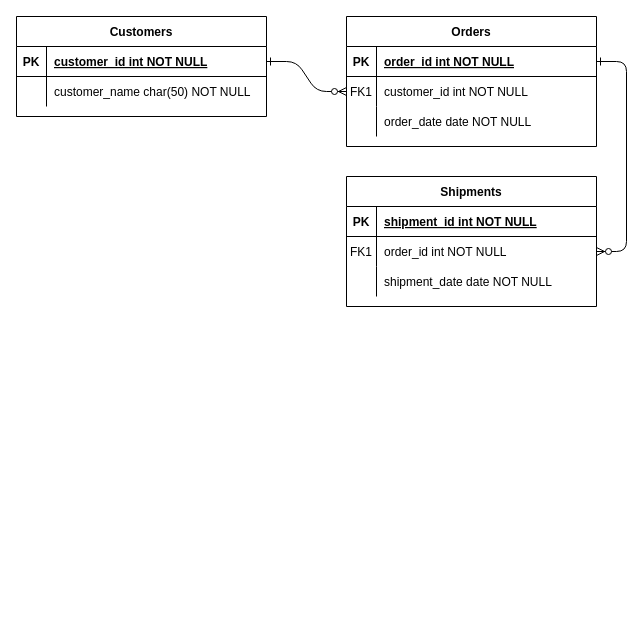
The draw.io diagram db_scheme.drawio in vedrent/dormitory-web, before the edit. Source tidied: cells renumbered, new cells numbered last; positions are measured from the earlier drawing's top-left corner, leaving out a move shared by most shapes. Both pictures are drawn from the tidied source at 100%, with x=0, y=0 at pixel (16, 16).
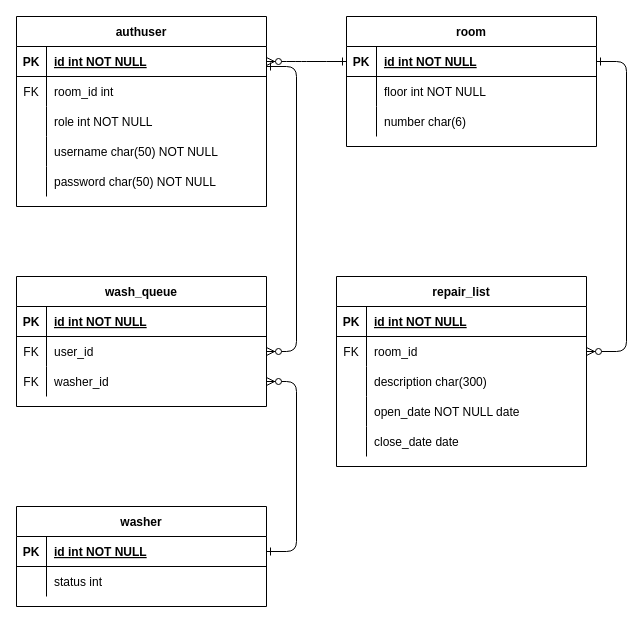
The same diagram, later.

The change refers to these unchanged cells:
```xml
<mxCell id="5" style="shape=partialRectangle;fillColor=none;points=[[0,0.5],[1,0.5]];portConstraint=eastwest;top=0;left=0;right=0;bottom=1;" parent="4" vertex="1">
  <mxGeometry y="30" width="250" height="30" as="geometry" />
</mxCell>
<mxCell id="25" style="shape=partialRectangle;fillColor=none;points=[[0,0.5],[1,0.5]];portConstraint=eastwest;top=0;left=0;right=0;bottom=1;" parent="24" vertex="1">
  <mxGeometry y="30" width="250" height="30" as="geometry" />
</mxCell>
```

Diff of the diagram source:
```diff
@@
-    <mxCell id="2" style="edgeStyle=entityRelationEdgeStyle;endArrow=ERzeroToMany;startArrow=ERone;endFill=1;startFill=0;" parent="1" edge="1" source="25" target="8">
-      <mxGeometry relative="1" as="geometry" />
-    </mxCell>
-    <mxCell id="3" style="edgeStyle=entityRelationEdgeStyle;endArrow=ERzeroToMany;startArrow=ERone;endFill=1;startFill=0;" parent="1" edge="1" source="5" target="18">
-      <mxGeometry relative="1" as="geometry" />
-    </mxCell>
-    <mxCell id="4" value="Orders" style="shape=table;startSize=30;childLayout=tableLayout;rowLines=0;fontStyle=1;align=center;" parent="1" vertex="1">
+    <mxCell id="4" value="room" style="shape=table;startSize=30;childLayout=tableLayout;rowLines=0;fontStyle=1;align=center;" parent="1" vertex="1">
       <mxGeometry x="330" width="250" height="130" as="geometry" />
     </mxCell>
@@
-    <mxCell id="7" value="order_id int NOT NULL " style="shape=partialRectangle;overflow=hidden;fillColor=none;top=0;left=0;bottom=0;right=0;align=left;spacingLeft=6;fontStyle=5;" parent="5" vertex="1">
+    <mxCell id="7" value="id int NOT NULL " style="shape=partialRectangle;overflow=hidden;fillColor=none;top=0;left=0;bottom=0;right=0;align=left;spacingLeft=6;fontStyle=5;" parent="5" vertex="1">
       <mxGeometry x="30" width="220" height="30" as="geometry" />
     </mxCell>
+    <mxCell id="11" style="shape=partialRectangle;fillColor=none;top=0;left=0;right=0;bottom=0;" parent="4" vertex="1">
+      <mxGeometry y="60" width="250" height="30" as="geometry" />
+    </mxCell>
+    <mxCell id="12" style="shape=partialRectangle;overflow=hidden;fillColor=none;top=0;left=0;bottom=0;right=0;" parent="11" vertex="1">
+      <mxGeometry width="30" height="30" as="geometry" />
+    </mxCell>
+    <mxCell id="13" value="floor int NOT NULL" style="shape=partialRectangle;overflow=hidden;fillColor=none;top=0;left=0;bottom=0;right=0;align=left;spacingLeft=6;" parent="11" vertex="1">
+      <mxGeometry x="30" width="220" height="30" as="geometry" />
+    </mxCell>
     <mxCell id="8" style="shape=partialRectangle;fillColor=none;points=[[0,0.5],[1,0.5]];portConstraint=eastwest;top=0;left=0;right=0;bottom=0;" parent="4" vertex="1">
-      <mxGeometry y="60" width="250" height="30" as="geometry" />
+      <mxGeometry y="90" width="250" height="30" as="geometry" />
     </mxCell>
-    <mxCell id="9" value="FK1" style="shape=partialRectangle;overflow=hidden;fillColor=none;top=0;left=0;bottom=0;right=0;" parent="8" vertex="1">
+    <mxCell id="9" style="shape=partialRectangle;overflow=hidden;fillColor=none;top=0;left=0;bottom=0;right=0;" parent="8" vertex="1">
       <mxGeometry width="30" height="30" as="geometry" />
     </mxCell>
-    <mxCell id="10" value="customer_id int NOT NULL" style="shape=partialRectangle;overflow=hidden;fillColor=none;top=0;left=0;bottom=0;right=0;align=left;spacingLeft=6;" parent="8" vertex="1">
+    <mxCell id="10" value="number char(6)" style="shape=partialRectangle;overflow=hidden;fillColor=none;top=0;left=0;bottom=0;right=0;align=left;spacingLeft=6;" parent="8" vertex="1">
       <mxGeometry x="30" width="220" height="30" as="geometry" />
     </mxCell>
-    <mxCell id="11" style="shape=partialRectangle;fillColor=none;top=0;left=0;right=0;bottom=0;" parent="4" vertex="1">
-      <mxGeometry y="90" width="250" height="30" as="geometry" />
-    </mxCell>
-    <mxCell id="12" style="shape=partialRectangle;overflow=hidden;fillColor=none;top=0;left=0;bottom=0;right=0;" parent="11" vertex="1">
-      <mxGeometry width="30" height="30" as="geometry" />
-    </mxCell>
-    <mxCell id="13" value="order_date date NOT NULL" style="shape=partialRectangle;overflow=hidden;fillColor=none;top=0;left=0;bottom=0;right=0;align=left;spacingLeft=6;" parent="11" vertex="1">
-      <mxGeometry x="30" width="220" height="30" as="geometry" />
-    </mxCell>
-    <mxCell id="14" value="Shipments" style="shape=table;startSize=30;childLayout=tableLayout;rowLines=0;fontStyle=1;align=center;" parent="1" vertex="1">
-      <mxGeometry x="330" y="160" width="250" height="130" as="geometry" />
-    </mxCell>
-    <mxCell id="15" style="shape=partialRectangle;fillColor=none;top=0;left=0;right=0;bottom=1;" parent="14" vertex="1">
-      <mxGeometry y="30" width="250" height="30" as="geometry" />
-    </mxCell>
-    <mxCell id="16" value="PK" style="shape=partialRectangle;overflow=hidden;fillColor=none;top=0;left=0;bottom=0;right=0;fontStyle=1;" parent="15" vertex="1">
-      <mxGeometry width="30" height="30" as="geometry" />
-    </mxCell>
-    <mxCell id="17" value="shipment_id int NOT NULL " style="shape=partialRectangle;overflow=hidden;fillColor=none;top=0;left=0;bottom=0;right=0;align=left;spacingLeft=6;fontStyle=5;" parent="15" vertex="1">
-      <mxGeometry x="30" width="220" height="30" as="geometry" />
-    </mxCell>
-    <mxCell id="18" style="shape=partialRectangle;fillColor=none;points=[[0,0.5],[1,0.5]];portConstraint=eastwest;top=0;left=0;right=0;bottom=0;" parent="14" vertex="1">
-      <mxGeometry y="60" width="250" height="30" as="geometry" />
-    </mxCell>
-    <mxCell id="19" value="FK1" style="shape=partialRectangle;overflow=hidden;fillColor=none;top=0;left=0;bottom=0;right=0;" parent="18" vertex="1">
-      <mxGeometry width="30" height="30" as="geometry" />
-    </mxCell>
-    <mxCell id="20" value="order_id int NOT NULL" style="shape=partialRectangle;overflow=hidden;fillColor=none;top=0;left=0;bottom=0;right=0;align=left;spacingLeft=6;" parent="18" vertex="1">
-      <mxGeometry x="30" width="220" height="30" as="geometry" />
-    </mxCell>
-    <mxCell id="21" style="shape=partialRectangle;fillColor=none;top=0;left=0;right=0;bottom=0;" parent="14" vertex="1">
-      <mxGeometry y="90" width="250" height="30" as="geometry" />
-    </mxCell>
-    <mxCell id="22" style="shape=partialRectangle;overflow=hidden;fillColor=none;top=0;left=0;bottom=0;right=0;" parent="21" vertex="1">
-      <mxGeometry width="30" height="30" as="geometry" />
-    </mxCell>
-    <mxCell id="23" value="shipment_date date NOT NULL" style="shape=partialRectangle;overflow=hidden;fillColor=none;top=0;left=0;bottom=0;right=0;align=left;spacingLeft=6;" parent="21" vertex="1">
-      <mxGeometry x="30" width="220" height="30" as="geometry" />
-    </mxCell>
-    <mxCell id="24" value="Customers" style="shape=table;startSize=30;childLayout=tableLayout;rowLines=0;fontStyle=1;align=center;" parent="1" vertex="1">
-      <mxGeometry width="250" height="100" as="geometry" />
+    <mxCell id="24" value="authuser" style="shape=table;startSize=30;childLayout=tableLayout;rowLines=0;fontStyle=1;align=center;" parent="1" vertex="1">
+      <mxGeometry width="250" height="190" as="geometry" />
     </mxCell>
@@
-    <mxCell id="27" value="customer_id int NOT NULL " style="shape=partialRectangle;overflow=hidden;fillColor=none;top=0;left=0;bottom=0;right=0;align=left;spacingLeft=6;fontStyle=5;" parent="25" vertex="1">
+    <mxCell id="27" value="id int NOT NULL " style="shape=partialRectangle;overflow=hidden;fillColor=none;top=0;left=0;bottom=0;right=0;align=left;spacingLeft=6;fontStyle=5;" parent="25" vertex="1">
       <mxGeometry x="30" width="220" height="30" as="geometry" />
     </mxCell>
+    <mxCell id="31" style="shape=partialRectangle;fillColor=none;top=0;left=0;right=0;bottom=0;" parent="24" vertex="1">
+      <mxGeometry y="60" width="250" height="30" as="geometry" />
+    </mxCell>
+    <mxCell id="32" value="FK" style="shape=partialRectangle;overflow=hidden;fillColor=none;top=0;left=0;bottom=0;right=0;" parent="31" vertex="1">
+      <mxGeometry width="30" height="30" as="geometry" />
+    </mxCell>
+    <mxCell id="33" value="room_id int" style="shape=partialRectangle;overflow=hidden;fillColor=none;top=0;left=0;bottom=0;right=0;align=left;spacingLeft=6;" parent="31" vertex="1">
+      <mxGeometry x="30" width="220" height="30" as="geometry" />
+    </mxCell>
+    <mxCell id="34" style="shape=partialRectangle;fillColor=none;top=0;left=0;right=0;bottom=0;" parent="24" vertex="1">
+      <mxGeometry y="90" width="250" height="30" as="geometry" />
+    </mxCell>
+    <mxCell id="35" style="shape=partialRectangle;overflow=hidden;fillColor=none;top=0;left=0;bottom=0;right=0;" parent="34" vertex="1">
+      <mxGeometry width="30" height="30" as="geometry" />
+    </mxCell>
+    <mxCell id="36" value="role int NOT NULL" style="shape=partialRectangle;overflow=hidden;fillColor=none;top=0;left=0;bottom=0;right=0;align=left;spacingLeft=6;" parent="34" vertex="1">
+      <mxGeometry x="30" width="220" height="30" as="geometry" />
+    </mxCell>
     <mxCell id="28" style="shape=partialRectangle;fillColor=none;top=0;left=0;right=0;bottom=0;" parent="24" vertex="1">
-      <mxGeometry y="60" width="250" height="30" as="geometry" />
+      <mxGeometry y="120" width="250" height="30" as="geometry" />
     </mxCell>
@@
-    <mxCell id="30" value="customer_name char(50) NOT NULL" style="shape=partialRectangle;overflow=hidden;fillColor=none;top=0;left=0;bottom=0;right=0;align=left;spacingLeft=6;" parent="28" vertex="1">
+    <mxCell id="30" value="username char(50) NOT NULL" style="shape=partialRectangle;overflow=hidden;fillColor=none;top=0;left=0;bottom=0;right=0;align=left;spacingLeft=6;" parent="28" vertex="1">
       <mxGeometry x="30" width="220" height="30" as="geometry" />
     </mxCell>
+    <mxCell id="37" style="shape=partialRectangle;fillColor=none;top=0;left=0;right=0;bottom=0;" parent="24" vertex="1">
+      <mxGeometry y="150" width="250" height="30" as="geometry" />
+    </mxCell>
+    <mxCell id="38" style="shape=partialRectangle;overflow=hidden;fillColor=none;top=0;left=0;bottom=0;right=0;" parent="37" vertex="1">
+      <mxGeometry width="30" height="30" as="geometry" />
+    </mxCell>
+    <mxCell id="39" value="password char(50) NOT NULL" style="shape=partialRectangle;overflow=hidden;fillColor=none;top=0;left=0;bottom=0;right=0;align=left;spacingLeft=6;" parent="37" vertex="1">
+      <mxGeometry x="30" width="220" height="30" as="geometry" />
+    </mxCell>
+    <mxCell id="2" style="edgeStyle=entityRelationEdgeStyle;endArrow=ERzeroToMany;startArrow=ERone;endFill=1;startFill=0;exitX=0;exitY=0.5;exitDx=0;exitDy=0;entryX=1;entryY=0.5;entryDx=0;entryDy=0;" parent="1" edge="1" source="5" target="25">
+      <mxGeometry relative="1" as="geometry" />
+    </mxCell>
+    <mxCell id="40" value="washer" style="shape=table;startSize=30;childLayout=tableLayout;rowLines=0;fontStyle=1;align=center;" parent="1" vertex="1">
+      <mxGeometry y="490" width="250" height="100" as="geometry" />
+    </mxCell>
+    <mxCell id="41" style="shape=partialRectangle;fillColor=none;points=[[0,0.5],[1,0.5]];portConstraint=eastwest;top=0;left=0;right=0;bottom=1;" parent="40" vertex="1">
+      <mxGeometry y="30" width="250" height="30" as="geometry" />
+    </mxCell>
+    <mxCell id="42" value="PK" style="shape=partialRectangle;overflow=hidden;fillColor=none;top=0;left=0;bottom=0;right=0;fontStyle=1;" parent="41" vertex="1">
+      <mxGeometry width="30" height="30" as="geometry" />
+    </mxCell>
+    <mxCell id="43" value="id int NOT NULL " style="shape=partialRectangle;overflow=hidden;fillColor=none;top=0;left=0;bottom=0;right=0;align=left;spacingLeft=6;fontStyle=5;" parent="41" vertex="1">
+      <mxGeometry x="30" width="220" height="30" as="geometry" />
+    </mxCell>
+    <mxCell id="44" style="shape=partialRectangle;fillColor=none;top=0;left=0;right=0;bottom=0;" parent="40" vertex="1">
+      <mxGeometry y="60" width="250" height="30" as="geometry" />
+    </mxCell>
+    <mxCell id="45" style="shape=partialRectangle;overflow=hidden;fillColor=none;top=0;left=0;bottom=0;right=0;" parent="44" vertex="1">
+      <mxGeometry width="30" height="30" as="geometry" />
+    </mxCell>
+    <mxCell id="46" value="status int" style="shape=partialRectangle;overflow=hidden;fillColor=none;top=0;left=0;bottom=0;right=0;align=left;spacingLeft=6;" parent="44" vertex="1">
+      <mxGeometry x="30" width="220" height="30" as="geometry" />
+    </mxCell>
+    <mxCell id="47" value="repair_list" style="shape=table;startSize=30;childLayout=tableLayout;rowLines=0;fontStyle=1;align=center;" parent="1" vertex="1">
+      <mxGeometry x="320" y="260" width="250" height="190" as="geometry" />
+    </mxCell>
+    <mxCell id="48" style="shape=partialRectangle;fillColor=none;top=0;left=0;right=0;bottom=1;" parent="47" vertex="1">
+      <mxGeometry y="30" width="250" height="30" as="geometry" />
+    </mxCell>
+    <mxCell id="49" value="PK" style="shape=partialRectangle;overflow=hidden;fillColor=none;top=0;left=0;bottom=0;right=0;fontStyle=1;" parent="48" vertex="1">
+      <mxGeometry width="30" height="30" as="geometry" />
+    </mxCell>
+    <mxCell id="50" value="id int NOT NULL " style="shape=partialRectangle;overflow=hidden;fillColor=none;top=0;left=0;bottom=0;right=0;align=left;spacingLeft=6;fontStyle=5;" parent="48" vertex="1">
+      <mxGeometry x="30" width="220" height="30" as="geometry" />
+    </mxCell>
+    <mxCell id="51" style="shape=partialRectangle;fillColor=none;points=[[0,0.5],[1,0.5]];portConstraint=eastwest;top=0;left=0;right=0;bottom=0;" parent="47" vertex="1">
+      <mxGeometry y="60" width="250" height="30" as="geometry" />
+    </mxCell>
+    <mxCell id="52" value="FK" style="shape=partialRectangle;overflow=hidden;fillColor=none;top=0;left=0;bottom=0;right=0;" parent="51" vertex="1">
+      <mxGeometry width="30" height="30" as="geometry" />
+    </mxCell>
+    <mxCell id="53" value="room_id" style="shape=partialRectangle;overflow=hidden;fillColor=none;top=0;left=0;bottom=0;right=0;align=left;spacingLeft=6;" parent="51" vertex="1">
+      <mxGeometry x="30" width="220" height="30" as="geometry" />
+    </mxCell>
+    <mxCell id="54" style="shape=partialRectangle;fillColor=none;top=0;left=0;right=0;bottom=0;" parent="47" vertex="1">
+      <mxGeometry y="90" width="250" height="30" as="geometry" />
+    </mxCell>
+    <mxCell id="55" style="shape=partialRectangle;overflow=hidden;fillColor=none;top=0;left=0;bottom=0;right=0;" parent="54" vertex="1">
+      <mxGeometry width="30" height="30" as="geometry" />
+    </mxCell>
+    <mxCell id="56" value="description char(300)" style="shape=partialRectangle;overflow=hidden;fillColor=none;top=0;left=0;bottom=0;right=0;align=left;spacingLeft=6;" parent="54" vertex="1">
+      <mxGeometry x="30" width="220" height="30" as="geometry" />
+    </mxCell>
+    <mxCell id="57" style="shape=partialRectangle;fillColor=none;top=0;left=0;right=0;bottom=0;" parent="47" vertex="1">
+      <mxGeometry y="120" width="250" height="30" as="geometry" />
+    </mxCell>
+    <mxCell id="58" style="shape=partialRectangle;overflow=hidden;fillColor=none;top=0;left=0;bottom=0;right=0;" parent="57" vertex="1">
+      <mxGeometry width="30" height="30" as="geometry" />
+    </mxCell>
+    <mxCell id="59" value="open_date NOT NULL date" style="shape=partialRectangle;overflow=hidden;fillColor=none;top=0;left=0;bottom=0;right=0;align=left;spacingLeft=6;" parent="57" vertex="1">
+      <mxGeometry x="30" width="220" height="30" as="geometry" />
+    </mxCell>
+    <mxCell id="60" style="shape=partialRectangle;fillColor=none;top=0;left=0;right=0;bottom=0;" parent="47" vertex="1">
+      <mxGeometry y="150" width="250" height="30" as="geometry" />
+    </mxCell>
+    <mxCell id="61" style="shape=partialRectangle;overflow=hidden;fillColor=none;top=0;left=0;bottom=0;right=0;" parent="60" vertex="1">
+      <mxGeometry width="30" height="30" as="geometry" />
+    </mxCell>
+    <mxCell id="62" value="close_date date" style="shape=partialRectangle;overflow=hidden;fillColor=none;top=0;left=0;bottom=0;right=0;align=left;spacingLeft=6;" parent="60" vertex="1">
+      <mxGeometry x="30" width="220" height="30" as="geometry" />
+    </mxCell>
+    <mxCell id="63" style="edgeStyle=entityRelationEdgeStyle;endArrow=ERzeroToMany;startArrow=ERone;endFill=1;startFill=0;entryX=1;entryY=0.5;entryDx=0;entryDy=0;" parent="1" edge="1" source="5" target="51">
+      <mxGeometry relative="1" as="geometry" />
+    </mxCell>
+    <mxCell id="64" value="wash_queue" style="shape=table;startSize=30;childLayout=tableLayout;rowLines=0;fontStyle=1;align=center;" parent="1" vertex="1">
+      <mxGeometry y="260" width="250" height="130" as="geometry" />
+    </mxCell>
+    <mxCell id="65" style="shape=partialRectangle;fillColor=none;top=0;left=0;right=0;bottom=1;" parent="64" vertex="1">
+      <mxGeometry y="30" width="250" height="30" as="geometry" />
+    </mxCell>
+    <mxCell id="66" value="PK" style="shape=partialRectangle;overflow=hidden;fillColor=none;top=0;left=0;bottom=0;right=0;fontStyle=1;" parent="65" vertex="1">
+      <mxGeometry width="30" height="30" as="geometry" />
+    </mxCell>
+    <mxCell id="67" value="id int NOT NULL " style="shape=partialRectangle;overflow=hidden;fillColor=none;top=0;left=0;bottom=0;right=0;align=left;spacingLeft=6;fontStyle=5;" parent="65" vertex="1">
+      <mxGeometry x="30" width="220" height="30" as="geometry" />
+    </mxCell>
+    <mxCell id="68" style="shape=partialRectangle;fillColor=none;points=[[0,0.5],[1,0.5]];portConstraint=eastwest;top=0;left=0;right=0;bottom=0;" parent="64" vertex="1">
+      <mxGeometry y="60" width="250" height="30" as="geometry" />
+    </mxCell>
+    <mxCell id="69" value="FK" style="shape=partialRectangle;overflow=hidden;fillColor=none;top=0;left=0;bottom=0;right=0;" parent="68" vertex="1">
+      <mxGeometry width="30" height="30" as="geometry" />
+    </mxCell>
+    <mxCell id="70" value="user_id" style="shape=partialRectangle;overflow=hidden;fillColor=none;top=0;left=0;bottom=0;right=0;align=left;spacingLeft=6;" parent="68" vertex="1">
+      <mxGeometry x="30" width="220" height="30" as="geometry" />
+    </mxCell>
+    <mxCell id="71" style="shape=partialRectangle;fillColor=none;points=[[0,0.5],[1,0.5]];portConstraint=eastwest;top=0;left=0;right=0;bottom=0;" parent="64" vertex="1">
+      <mxGeometry y="90" width="250" height="30" as="geometry" />
+    </mxCell>
+    <mxCell id="72" value="FK" style="shape=partialRectangle;overflow=hidden;fillColor=none;top=0;left=0;bottom=0;right=0;" parent="71" vertex="1">
+      <mxGeometry width="30" height="30" as="geometry" />
+    </mxCell>
+    <mxCell id="73" value="washer_id" style="shape=partialRectangle;overflow=hidden;fillColor=none;top=0;left=0;bottom=0;right=0;align=left;spacingLeft=6;" parent="71" vertex="1">
+      <mxGeometry x="30" width="220" height="30" as="geometry" />
+    </mxCell>
+    <mxCell id="74" style="edgeStyle=entityRelationEdgeStyle;endArrow=ERzeroToMany;startArrow=ERone;endFill=1;startFill=0;exitX=1;exitY=0.5;exitDx=0;exitDy=0;" parent="1" edge="1" source="41" target="71">
+      <mxGeometry relative="1" as="geometry" />
+    </mxCell>
+    <mxCell id="75" style="edgeStyle=entityRelationEdgeStyle;endArrow=ERzeroToMany;startArrow=ERone;endFill=1;startFill=0;entryX=1;entryY=0.5;entryDx=0;entryDy=0;" parent="1" edge="1" target="68">
+      <mxGeometry relative="1" as="geometry">
+        <mxPoint x="250" y="50" as="sourcePoint" />
+        <Array as="points">
+          <mxPoint x="100" y="180" />
+        </Array>
+      </mxGeometry>
+    </mxCell>
```
